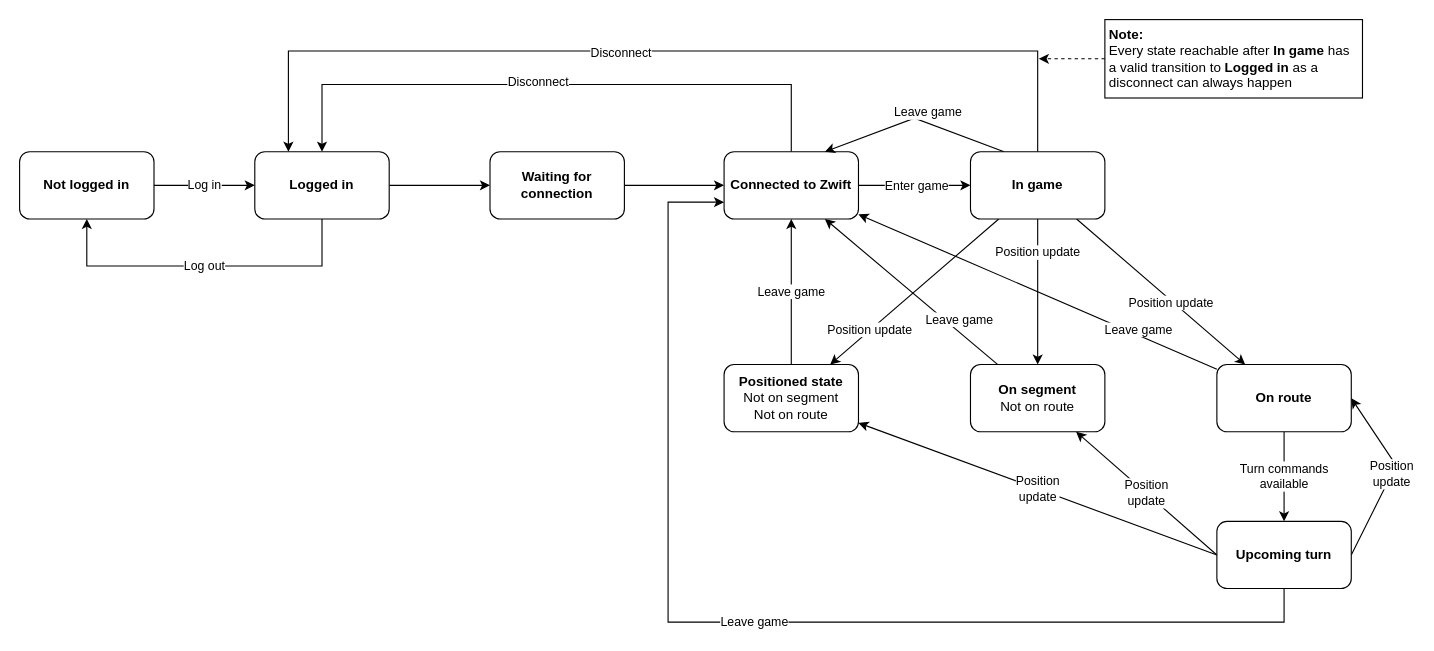
The draw.io diagram GameStates.drawio in sandermvanvliet/RoadCaptain, before the edit. Source tidied: cells renumbered, new cells numbered last; positions are measured from the earlier drawing's top-left corner, leaving out a move shared by most shapes. Both pictures are drawn from the tidied source at 112%, with x=0, y=0 at pixel (19, 19).
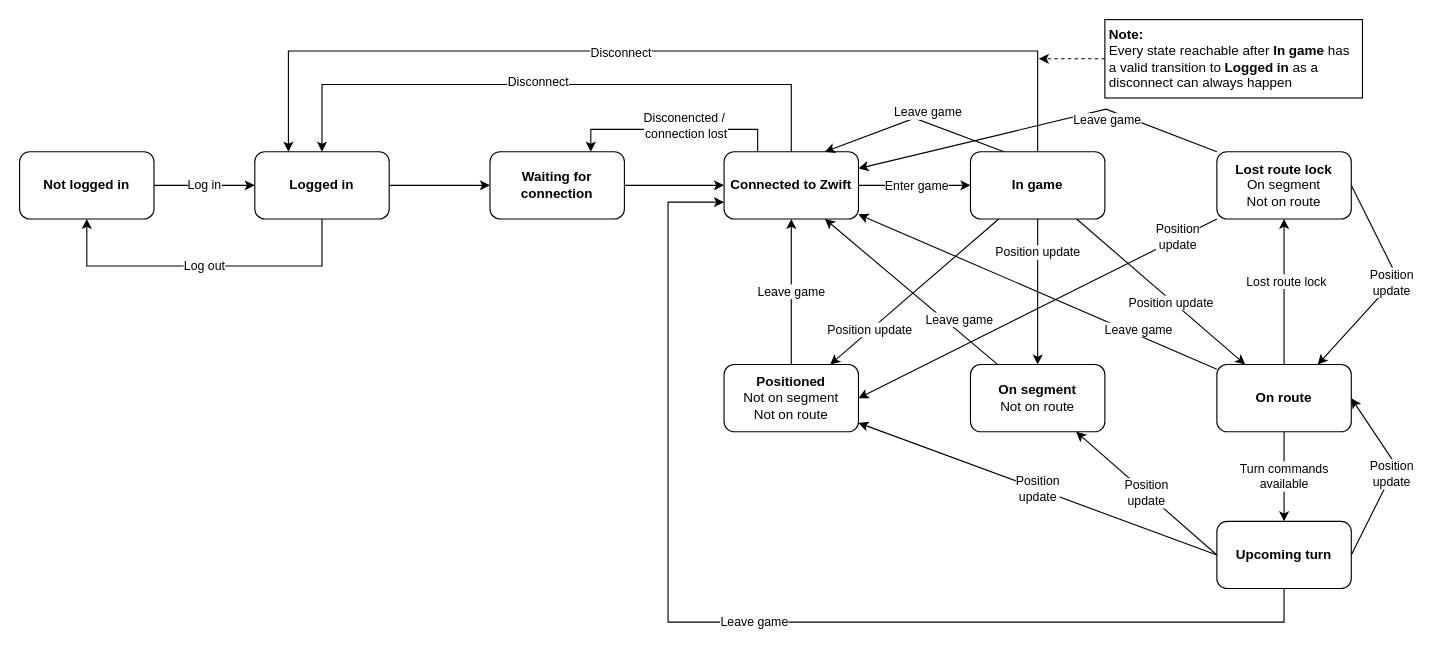
Above is the later version.

Commit message (it also covers changes not shown here):
Update GameState diagram

Unchanged cells that the change refers to:
```xml
<mxCell id="6" value="Connected to Zwift" style="rounded=1;whiteSpace=wrap;html=1;fontStyle=1;" parent="1" vertex="1">
  <mxGeometry x="629" y="118" width="120" height="60" as="geometry" />
</mxCell>
<mxCell id="22" value="&lt;b&gt;On route&lt;br&gt;&lt;/b&gt;" style="whiteSpace=wrap;html=1;rounded=1;" parent="1" vertex="1">
  <mxGeometry x="1069" y="308" width="120" height="60" as="geometry" />
</mxCell>
<mxCell id="36" value="Waiting for connection" style="rounded=1;whiteSpace=wrap;html=1;fontStyle=1;" parent="1" vertex="1">
  <mxGeometry x="420" y="118" width="120" height="60" as="geometry" />
</mxCell>
```

The edit, as a diff of the source:
```diff
@@
+    <mxCell id="37" style="edgeStyle=orthogonalEdgeStyle;rounded=0;jettySize=auto;html=1;exitX=0.25;exitY=0;exitDx=0;exitDy=0;entryX=0.75;entryY=0;entryDx=0;entryDy=0;" parent="1" edge="1" source="6" target="36">
+      <mxGeometry relative="1" as="geometry" />
+    </mxCell>
+    <mxCell id="38" value="Disconencted /&amp;nbsp;&lt;br&gt;connection lost" style="edgeLabel;html=1;align=center;verticalAlign=middle;" parent="37" vertex="1">
+      <mxGeometry x="-0.1" y="-4" relative="1" as="geometry" />
+    </mxCell>
@@
-    <mxCell id="17" value="&lt;b&gt;Positioned state&lt;/b&gt;&lt;br&gt;Not on segment&lt;br&gt;Not on route" style="whiteSpace=wrap;html=1;rounded=1;" parent="1" vertex="1">
+    <mxCell id="17" value="&lt;b&gt;Positioned&lt;/b&gt;&lt;br&gt;Not on segment&lt;br&gt;Not on route" style="whiteSpace=wrap;html=1;rounded=1;" parent="1" vertex="1">
       <mxGeometry x="629" y="308" width="120" height="60" as="geometry" />
     </mxCell>
@@
+    <mxCell id="39" style="edgeStyle=orthogonalEdgeStyle;rounded=0;jettySize=auto;html=1;" parent="1" edge="1" source="22" target="45">
+      <mxGeometry relative="1" as="geometry" />
+    </mxCell>
+    <mxCell id="40" value="Lost route lock" style="edgeLabel;html=1;align=center;verticalAlign=middle;" parent="39" vertex="1">
+      <mxGeometry x="0.16" y="-1" relative="1" as="geometry" />
+    </mxCell>
@@
+    <mxCell id="41" value="Position&lt;br&gt;update" style="rounded=0;jettySize=auto;html=1;exitX=1;exitY=0.5;exitDx=0;exitDy=0;entryX=0.75;entryY=0;entryDx=0;entryDy=0;" parent="1" edge="1" source="45" target="22">
+      <mxGeometry relative="1" as="geometry">
+        <Array as="points">
+          <mxPoint x="1230" y="230" />
+        </Array>
+      </mxGeometry>
+    </mxCell>
+    <mxCell id="42" style="edgeStyle=none;rounded=0;jettySize=auto;html=1;entryX=1;entryY=0.5;entryDx=0;entryDy=0;" parent="1" edge="1" source="45" target="17">
+      <mxGeometry relative="1" as="geometry" />
+    </mxCell>
+    <mxCell id="43" value="Position&lt;br&gt;update" style="edgeLabel;html=1;align=center;verticalAlign=middle;" parent="42" vertex="1">
+      <mxGeometry x="-0.78" y="-2" relative="1" as="geometry" />
+    </mxCell>
+    <mxCell id="44" value="Leave game" style="edgeStyle=none;rounded=0;jettySize=auto;html=1;exitX=0;exitY=0;exitDx=0;exitDy=0;entryX=1;entryY=0.25;entryDx=0;entryDy=0;" parent="1" edge="1" source="45" target="6">
+      <mxGeometry x="-0.39" y="9" relative="1" as="geometry">
+        <Array as="points">
+          <mxPoint x="970" y="80" />
+        </Array>
+      </mxGeometry>
+    </mxCell>
+    <mxCell id="45" value="&lt;b&gt;Lost route lock&lt;/b&gt;&lt;br&gt;On segment&lt;br&gt;Not on route" style="whiteSpace=wrap;html=1;rounded=1;" parent="1" vertex="1">
+      <mxGeometry x="1069" y="118" width="120" height="60" as="geometry" />
+    </mxCell>
```
